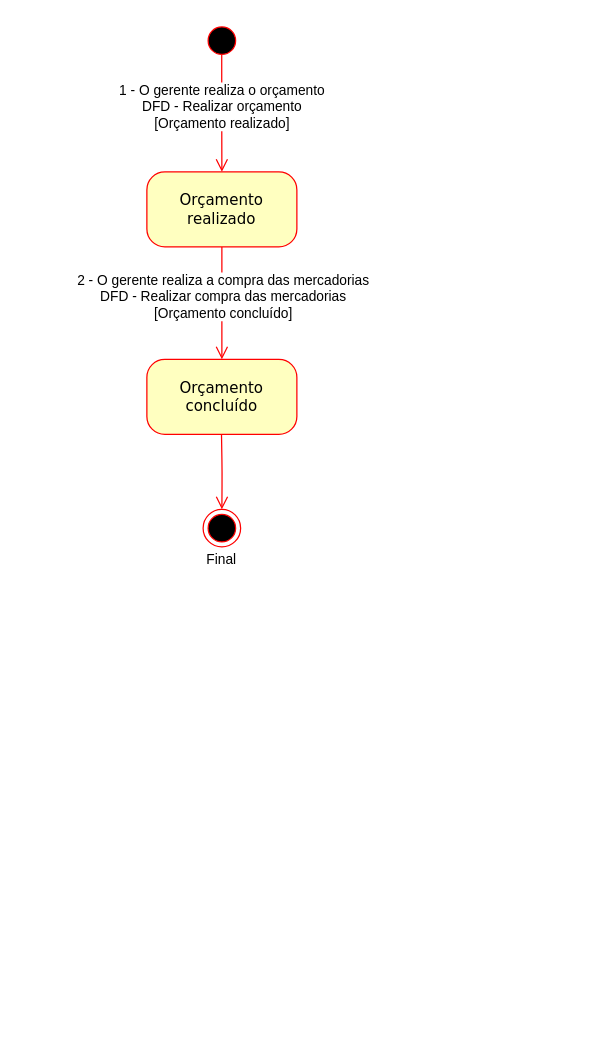
Before: docs/ARTEFATOS(15-23)/COMPRAR_PRODUTOS/CICLO_DE_VIDA_COMPRAR_PRODUTOS.drawio in Darienzo08/ope_ads, a draw.io diagram. Source tidied: cells renumbered, new cells numbered last; positions are measured from the earlier drawing's top-left corner, leaving out a move shared by most shapes. Both pictures are drawn from the tidied source at 125%, with x=0, y=0 at pixel (146, 21).
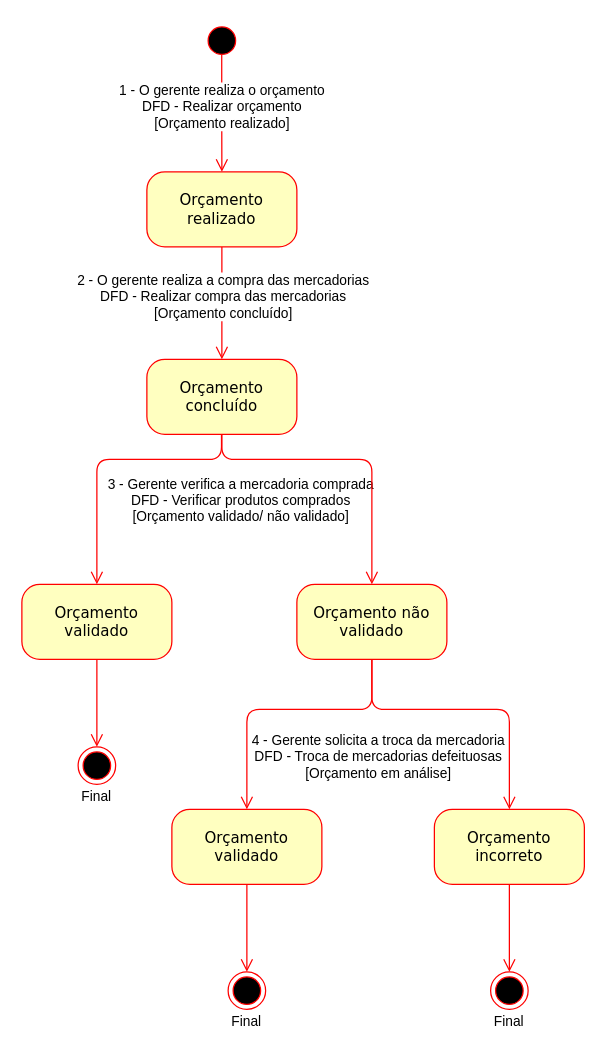
The same diagram, later.

Unchanged cells that the change refers to:
```xml
<mxCell id="4" value="Orçamento concluído" style="rounded=1;whiteSpace=wrap;html=1;arcSize=24;fillColor=#ffffc0;strokeColor=#ff0000;shadow=0;comic=0;labelBackgroundColor=none;fontFamily=Verdana;fontSize=12;fontColor=#000000;align=center;" parent="1" vertex="1">
  <mxGeometry y="270" width="120" height="60" as="geometry" />
</mxCell>
```

Diff of the diagram source:
```diff
@@
-    <mxCell id="9" style="edgeStyle=orthogonalEdgeStyle;html=1;labelBackgroundColor=none;endArrow=open;endSize=8;strokeColor=#ff0000;fontFamily=Verdana;fontSize=12;align=left;exitX=0.5;exitY=1;exitDx=0;exitDy=0;entryX=0.5;entryY=0;entryDx=0;entryDy=0;" parent="1" edge="1" source="11">
-      <mxGeometry relative="1" as="geometry">
-        <mxPoint x="59.7" y="420" as="targetPoint" />
-      </mxGeometry>
-    </mxCell>
-    <mxCell id="10" value="&lt;font style=&quot;font-size: 11px&quot;&gt;Final&lt;/font&gt;" style="text;html=1;strokeColor=none;fillColor=none;align=center;verticalAlign=middle;whiteSpace=wrap;rounded=0;" parent="1" vertex="1">
-      <mxGeometry x="40" y="420" width="40" height="20" as="geometry" />
-    </mxCell>
-    <mxCell id="11" style="ellipse;html=1;shape=endState;fillColor=#000000;strokeColor=#ff0000;" parent="1" vertex="1">
-      <mxGeometry x="45" y="390" width="30" height="30" as="geometry" />
-    </mxCell>
-    <mxCell id="12" style="edgeStyle=orthogonalEdgeStyle;html=1;labelBackgroundColor=none;endArrow=open;endSize=8;strokeColor=#ff0000;fontFamily=Verdana;fontSize=12;align=left;exitX=0.5;exitY=1;exitDx=0;exitDy=0;entryX=0.5;entryY=0;entryDx=0;entryDy=0;" parent="1" edge="1" target="11">
+    <mxCell id="12" style="edgeStyle=orthogonalEdgeStyle;html=1;labelBackgroundColor=none;endArrow=open;endSize=8;strokeColor=#ff0000;fontFamily=Verdana;fontSize=12;align=left;exitX=0.5;exitY=1;exitDx=0;exitDy=0;entryX=0.5;entryY=0;entryDx=0;entryDy=0;" parent="1" edge="1" target="17">
       <mxGeometry relative="1" as="geometry">
         <mxPoint x="59.7" y="330" as="sourcePoint" />
+        <Array as="points">
+          <mxPoint x="60" y="350" />
+          <mxPoint x="-40" y="350" />
+        </Array>
       </mxGeometry>
     </mxCell>
+    <mxCell id="13" style="edgeStyle=orthogonalEdgeStyle;html=1;labelBackgroundColor=none;endArrow=open;endSize=8;strokeColor=#ff0000;fontFamily=Verdana;fontSize=12;align=left;exitX=0.5;exitY=1;exitDx=0;exitDy=0;entryX=0.5;entryY=0;entryDx=0;entryDy=0;" parent="1" edge="1" source="15">
+      <mxGeometry relative="1" as="geometry">
+        <mxPoint x="-40.3" y="610" as="targetPoint" />
+      </mxGeometry>
+    </mxCell>
+    <mxCell id="14" value="&lt;font style=&quot;font-size: 11px&quot;&gt;Final&lt;/font&gt;" style="text;html=1;strokeColor=none;fillColor=none;align=center;verticalAlign=middle;whiteSpace=wrap;rounded=0;" parent="1" vertex="1">
+      <mxGeometry x="-60" y="610" width="40" height="20" as="geometry" />
+    </mxCell>
+    <mxCell id="15" style="ellipse;html=1;shape=endState;fillColor=#000000;strokeColor=#ff0000;" parent="1" vertex="1">
+      <mxGeometry x="-55" y="580" width="30" height="30" as="geometry" />
+    </mxCell>
+    <mxCell id="16" style="edgeStyle=orthogonalEdgeStyle;jettySize=auto;html=1;labelBackgroundColor=none;endArrow=open;endSize=8;strokeColor=#ff0000;fontFamily=Verdana;fontSize=12;align=left;" parent="1" edge="1" source="17" target="15">
+      <mxGeometry relative="1" as="geometry" />
+    </mxCell>
+    <mxCell id="17" value="Orçamento validado" style="rounded=1;whiteSpace=wrap;html=1;arcSize=24;fillColor=#ffffc0;strokeColor=#ff0000;shadow=0;comic=0;labelBackgroundColor=none;fontFamily=Verdana;fontSize=12;fontColor=#000000;align=center;" parent="1" vertex="1">
+      <mxGeometry x="-100" y="450" width="120" height="60" as="geometry" />
+    </mxCell>
+    <mxCell id="18" value="3 - Gerente verifica a mercadoria comprada&lt;br&gt;DFD - Verificar produtos comprados&lt;br&gt;[Orçamento validado/ não validado]" style="edgeLabel;html=1;align=center;verticalAlign=middle;" parent="1" vertex="1">
+      <mxGeometry x="65" y="380" as="geometry">
+        <mxPoint x="9" y="2.7" as="offset" />
+      </mxGeometry>
+    </mxCell>
+    <mxCell id="19" style="edgeStyle=orthogonalEdgeStyle;html=1;labelBackgroundColor=none;endArrow=open;endSize=8;strokeColor=#ff0000;fontFamily=Verdana;fontSize=12;align=left;exitX=0.5;exitY=1;exitDx=0;exitDy=0;verticalAlign=top;entryX=0.5;entryY=0;entryDx=0;entryDy=0;" parent="1" edge="1" source="4" target="22">
+      <mxGeometry relative="1" as="geometry">
+        <Array as="points">
+          <mxPoint x="60" y="350" />
+          <mxPoint x="180" y="350" />
+        </Array>
+      </mxGeometry>
+    </mxCell>
+    <mxCell id="20" style="edgeStyle=orthogonalEdgeStyle;jettySize=auto;html=1;labelBackgroundColor=none;endArrow=open;endSize=8;strokeColor=#ff0000;fontFamily=Verdana;fontSize=12;align=left;exitX=0.5;exitY=1;exitDx=0;exitDy=0;" parent="1" edge="1" source="22" target="24">
+      <mxGeometry relative="1" as="geometry">
+        <Array as="points">
+          <mxPoint x="180" y="550" />
+          <mxPoint x="80" y="550" />
+        </Array>
+      </mxGeometry>
+    </mxCell>
+    <mxCell id="21" style="edgeStyle=orthogonalEdgeStyle;jettySize=auto;html=1;labelBackgroundColor=none;endArrow=open;endSize=8;strokeColor=#ff0000;fontFamily=Verdana;fontSize=12;align=left;exitX=0.5;exitY=1;exitDx=0;exitDy=0;" parent="1" edge="1" source="22">
+      <mxGeometry relative="1" as="geometry">
+        <mxPoint x="290" y="630" as="targetPoint" />
+        <Array as="points">
+          <mxPoint x="180" y="550" />
+          <mxPoint x="290" y="550" />
+          <mxPoint x="290" y="630" />
+        </Array>
+      </mxGeometry>
+    </mxCell>
+    <mxCell id="22" value="Orçamento não validado" style="rounded=1;whiteSpace=wrap;html=1;arcSize=24;fillColor=#ffffc0;strokeColor=#ff0000;shadow=0;comic=0;labelBackgroundColor=none;fontFamily=Verdana;fontSize=12;fontColor=#000000;align=center;" parent="1" vertex="1">
+      <mxGeometry x="120" y="450" width="120" height="60" as="geometry" />
+    </mxCell>
+    <mxCell id="23" style="edgeStyle=orthogonalEdgeStyle;jettySize=auto;html=1;labelBackgroundColor=none;endArrow=open;endSize=8;strokeColor=#ff0000;fontFamily=Verdana;fontSize=12;align=left;exitX=0.5;exitY=1;exitDx=0;exitDy=0;entryX=0.5;entryY=0;entryDx=0;entryDy=0;" parent="1" edge="1" source="24" target="30">
+      <mxGeometry relative="1" as="geometry" />
+    </mxCell>
+    <mxCell id="24" value="Orçamento validado" style="rounded=1;whiteSpace=wrap;html=1;arcSize=24;fillColor=#ffffc0;strokeColor=#ff0000;shadow=0;comic=0;labelBackgroundColor=none;fontFamily=Verdana;fontSize=12;fontColor=#000000;align=center;" parent="1" vertex="1">
+      <mxGeometry x="20" y="630" width="120" height="60" as="geometry" />
+    </mxCell>
+    <mxCell id="25" style="edgeStyle=orthogonalEdgeStyle;jettySize=auto;html=1;labelBackgroundColor=none;endArrow=open;endSize=8;strokeColor=#ff0000;fontFamily=Verdana;fontSize=12;align=left;exitX=0.5;exitY=1;exitDx=0;exitDy=0;entryX=0.5;entryY=0;entryDx=0;entryDy=0;" parent="1" edge="1" source="26" target="33">
+      <mxGeometry relative="1" as="geometry" />
+    </mxCell>
+    <mxCell id="26" value="Orçamento incorreto" style="rounded=1;whiteSpace=wrap;html=1;arcSize=24;fillColor=#ffffc0;strokeColor=#ff0000;shadow=0;comic=0;labelBackgroundColor=none;fontFamily=Verdana;fontSize=12;fontColor=#000000;align=center;" parent="1" vertex="1">
+      <mxGeometry x="230" y="630" width="120" height="60" as="geometry" />
+    </mxCell>
+    <mxCell id="27" value="4 - Gerente solicita a troca da mercadoria&lt;br&gt;DFD - Troca de mercadorias defeituosas&lt;br&gt;[Orçamento em análise]" style="edgeLabel;html=1;align=center;verticalAlign=middle;" parent="1" vertex="1">
+      <mxGeometry x="180" y="570" as="geometry">
+        <mxPoint x="4" y="17.7" as="offset" />
+      </mxGeometry>
+    </mxCell>
+    <mxCell id="28" style="edgeStyle=orthogonalEdgeStyle;html=1;labelBackgroundColor=none;endArrow=open;endSize=8;strokeColor=#ff0000;fontFamily=Verdana;fontSize=12;align=left;exitX=0.5;exitY=1;exitDx=0;exitDy=0;entryX=0.5;entryY=0;entryDx=0;entryDy=0;" parent="1" edge="1" source="30">
+      <mxGeometry relative="1" as="geometry">
+        <mxPoint x="79.7" y="790" as="targetPoint" />
+      </mxGeometry>
+    </mxCell>
+    <mxCell id="29" value="&lt;font style=&quot;font-size: 11px&quot;&gt;Final&lt;/font&gt;" style="text;html=1;strokeColor=none;fillColor=none;align=center;verticalAlign=middle;whiteSpace=wrap;rounded=0;" parent="1" vertex="1">
+      <mxGeometry x="60" y="790" width="40" height="20" as="geometry" />
+    </mxCell>
+    <mxCell id="30" style="ellipse;html=1;shape=endState;fillColor=#000000;strokeColor=#ff0000;" parent="1" vertex="1">
+      <mxGeometry x="65" y="760" width="30" height="30" as="geometry" />
+    </mxCell>
+    <mxCell id="31" style="edgeStyle=orthogonalEdgeStyle;html=1;labelBackgroundColor=none;endArrow=open;endSize=8;strokeColor=#ff0000;fontFamily=Verdana;fontSize=12;align=left;exitX=0.5;exitY=1;exitDx=0;exitDy=0;entryX=0.5;entryY=0;entryDx=0;entryDy=0;" parent="1" edge="1" source="33">
+      <mxGeometry relative="1" as="geometry">
+        <mxPoint x="289.7" y="790" as="targetPoint" />
+      </mxGeometry>
+    </mxCell>
+    <mxCell id="32" value="&lt;font style=&quot;font-size: 11px&quot;&gt;Final&lt;/font&gt;" style="text;html=1;strokeColor=none;fillColor=none;align=center;verticalAlign=middle;whiteSpace=wrap;rounded=0;" parent="1" vertex="1">
+      <mxGeometry x="270" y="790" width="40" height="20" as="geometry" />
+    </mxCell>
+    <mxCell id="33" style="ellipse;html=1;shape=endState;fillColor=#000000;strokeColor=#ff0000;" parent="1" vertex="1">
+      <mxGeometry x="275" y="760" width="30" height="30" as="geometry" />
+    </mxCell>
```
